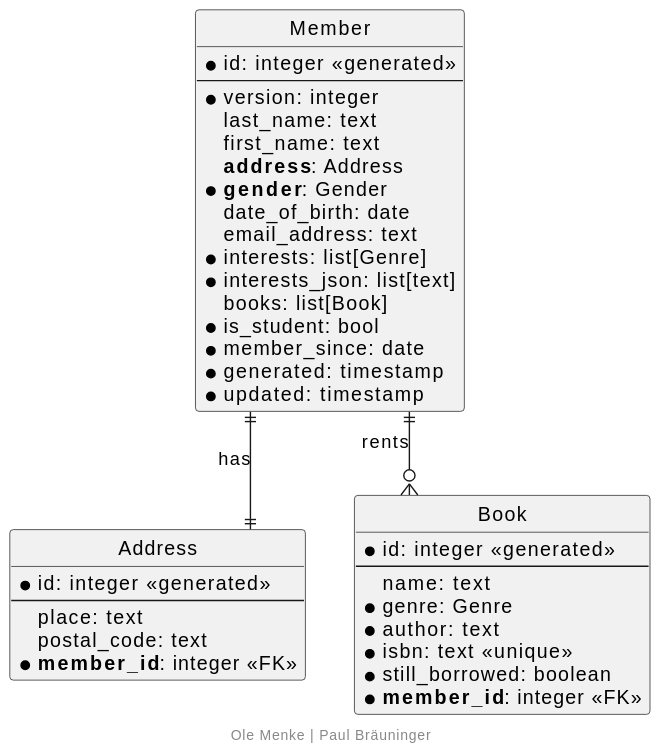
The PlantUML diagram docs/diagrams/out/ER Diagram.svg in Ol86/SWE-Python, before a commit.
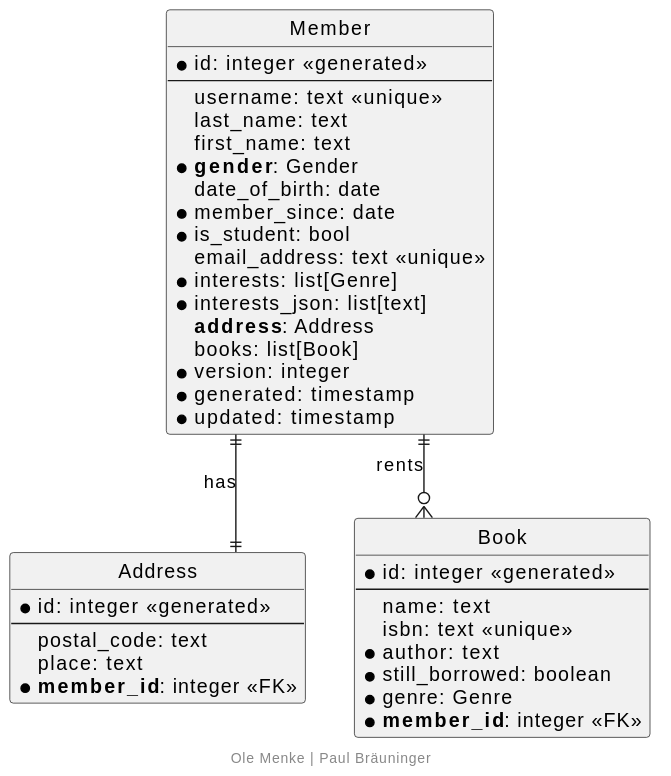
The same diagram one commit later.

Diff of the diagram source:
```diff
@@ -5,18 +5,19 @@
 entity "Member" as Member {
 * id: integer <<generated>>
 --
-* version: integer
+username: text <<unique>>
 last_name: text
 first_name: text
-**address**: Address
 * **gender**: Gender
 date_of_birth: date
-email_address: text
+* member_since: date
+* is_student: bool
+email_address: text <<unique>>
 * interests: list[Genre]
 * interests_json: list[text]
+**address**: Address
 books: list[Book]
-* is_student: bool
-* member_since: date
+* version: integer
 * generated: timestamp
 * updated: timestamp
 }
@@ -24,8 +25,8 @@
 entity "Address" as Address {
 * id: integer <<generated>>
 --
+postal_code: text
 place: text
-postal_code: text
 * **member_id**: integer <<FK>>
 }
 
@@ -33,10 +34,10 @@
 * id: integer <<generated>>
 --
 name: text
+isbn: text <<unique>>
+* author: text
+* still_borrowed: boolean
 * genre: Genre
-* author: text
-* isbn: text <<unique>>
-* still_borrowed: boolean
 * **member_id**: integer <<FK>>
 }
 
```
